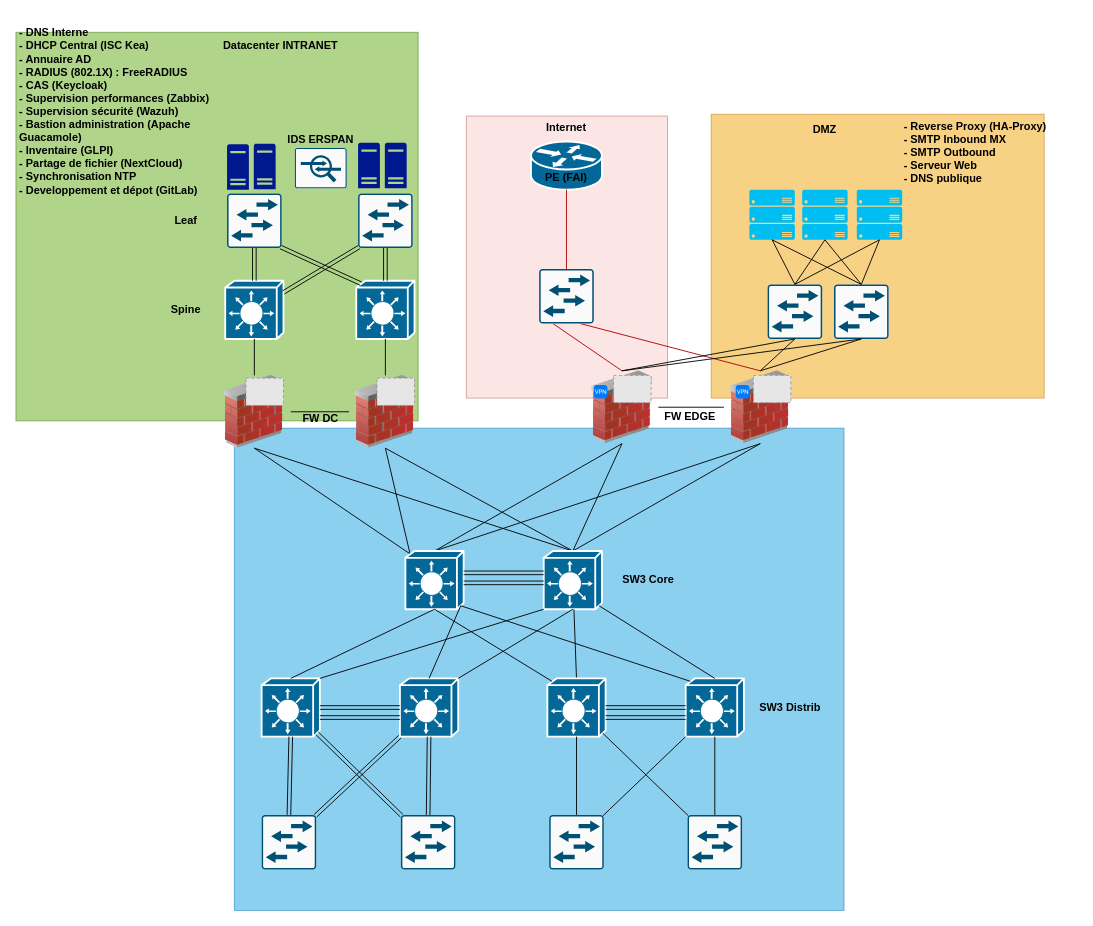
Before: ARCHI.drawio in egoMasa/HomeLab, a draw.io diagram. Source tidied: cells renumbered, new cells numbered last; positions are measured from the earlier drawing's top-left corner, leaving out a move shared by most shapes. Both pictures are drawn from the tidied source at 91%, with x=0, y=0 at pixel (15, 15). Pictures stored in the file or linked from it are replaced by grey dashed boxes.
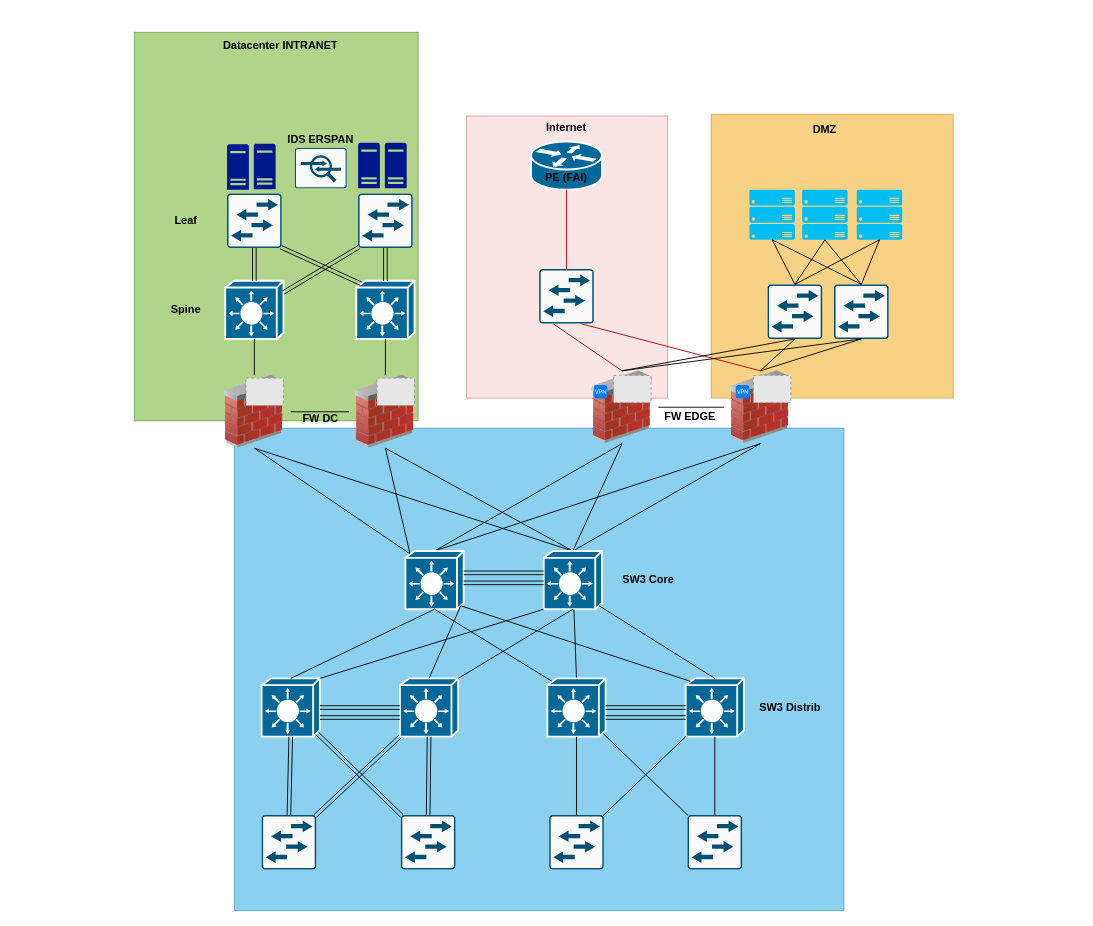
After the change.

Commit message (it also covers changes not shown here):
Mettre à jour ARCHI.drawio

What changed in the source:
```diff
@@
     <mxCell id="2" style="whiteSpace=wrap;html=1;fillColor=#f0a30a;strokeColor=#BD7000;opacity=50;fontColor=#000000;" parent="1" vertex="1">
-      <mxGeometry x="764" y="108" width="366" height="312" as="geometry" />
+      <mxGeometry x="764" y="108" width="266" height="312" as="geometry" />
     </mxCell>
@@
     <mxCell id="4" style="whiteSpace=wrap;html=1;fillColor=#60a917;strokeColor=#2D7600;opacity=50;fontColor=#ffffff;" parent="1" vertex="1">
-      <mxGeometry y="18" width="442" height="427" as="geometry" />
+      <mxGeometry x="130" y="18" width="312" height="427" as="geometry" />
     </mxCell>
@@
-    <mxCell id="98" value="&lt;div align=&quot;left&quot;&gt;- Reverse Proxy (HA-Proxy)&lt;/div&gt;&lt;div align=&quot;left&quot;&gt;- SMTP Inbound MX&lt;/div&gt;&lt;div align=&quot;left&quot;&gt;- SMTP Outbound&lt;/div&gt;&lt;div align=&quot;left&quot;&gt;- Serveur Web&lt;/div&gt;&lt;div align=&quot;left&quot;&gt;- DNS publique&lt;/div&gt;" style="text;strokeColor=none;align=left;fillColor=none;html=1;verticalAlign=middle;whiteSpace=wrap;rounded=0;fontStyle=1;" parent="1" vertex="1">
-      <mxGeometry x="974" y="108" width="192" height="83" as="geometry" />
-    </mxCell>
-    <mxCell id="99" value="&lt;div&gt;- DNS Interne&lt;/div&gt;&lt;div&gt;- DHCP Central (ISC Kea)&lt;/div&gt;&lt;div&gt;- Annuaire AD&lt;/div&gt;&lt;div&gt;- RADIUS (802.1X) : FreeRADIUS&lt;/div&gt;&lt;div&gt;- CAS (&lt;strong&gt;Keycloak)&lt;/strong&gt;&lt;/div&gt;&lt;div&gt;- Supervision performances (Zabbix)&lt;/div&gt;&lt;div&gt;- Supervision sécurité (Wazuh)&lt;/div&gt;&lt;div&gt;- Bastion administration (Apache Guacamole)&lt;/div&gt;&lt;div&gt;- Inventaire (GLPI)&lt;/div&gt;&lt;div&gt;- Partage de fichier (NextCloud)&lt;/div&gt;&lt;div&gt;- Synchronisation NTP&lt;/div&gt;&lt;div&gt;- Developpement et dépot (GitLab)&lt;/div&gt;" style="text;strokeColor=none;align=left;fillColor=none;html=1;verticalAlign=middle;whiteSpace=wrap;rounded=0;fontStyle=1;" parent="1" vertex="1">
-      <mxGeometry x="2" width="220" height="210" as="geometry" />
-    </mxCell>
```
